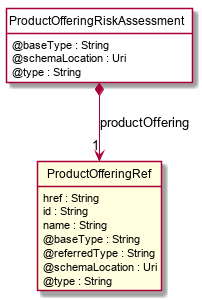
Before: apis/TMF696_Risk_Management/documentation/diagrams/Resource_ProductOfferingRiskAssessment.png, a diagram exported from PlantUML (tmforum-apis/Open_Api_And_Data_Model). The source it was exported from:
```plantuml
@startuml
hide circle
hide methods
hide stereotype
show <<Enumeration>> stereotype
skinparam class {
   BackgroundColor<<Enumeration>> #E6F5F7
   BackgroundColor<<Ref>> #FFFFE0
   BackgroundColor<<Pivot>> #FFFFFFF
   BackgroundColor #FCF2E3
}

class ProductOfferingRiskAssessment  <<Pivot>> {
    @baseType : String
    @schemaLocation : Uri
    @type : String
}

class ProductOfferingRef  <<Ref>> {
    href : String
    id : String
    name : String
    @baseType : String
    @referredType : String
    @schemaLocation : Uri
    @type : String
}

ProductOfferingRiskAssessment *-->  "1" ProductOfferingRef : productOffering

@enduml
```
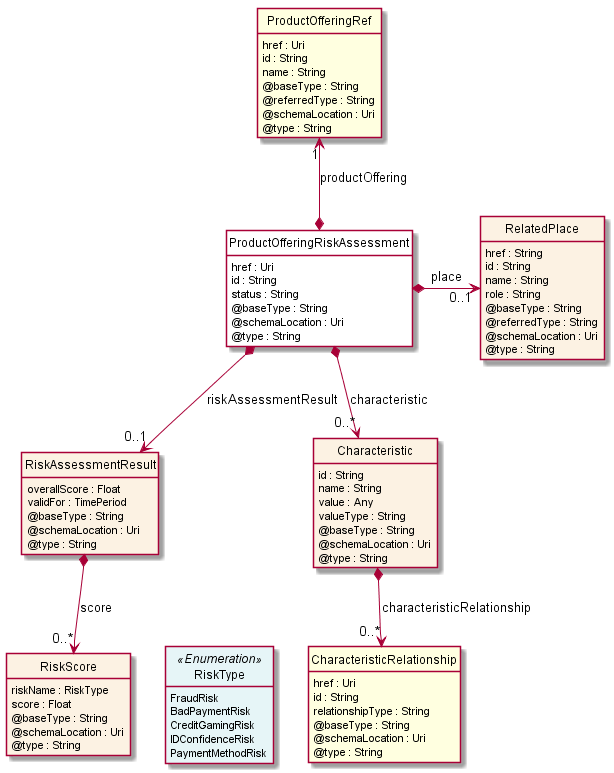
After the change.

The edit, as a diff of the source:
```diff
@@ -11,13 +11,40 @@
 }
 
 class ProductOfferingRiskAssessment  <<Pivot>> {
+    href : Uri
+    id : String
+    status : String
     @baseType : String
     @schemaLocation : Uri
     @type : String
 }
 
+class RiskAssessmentResult  {
+    overallScore : Float
+    validFor : TimePeriod
+    @baseType : String
+    @schemaLocation : Uri
+    @type : String
+}
+
+class RiskScore  {
+    riskName : RiskType
+    score : Float
+    @baseType : String
+    @schemaLocation : Uri
+    @type : String
+}
+
+class RiskType <<Enumeration>> {
+    FraudRisk
+    BadPaymentRisk
+    CreditGamingRisk
+    IDConfidenceRisk
+    PaymentMethodRisk
+}
+
 class ProductOfferingRef  <<Ref>> {
-    href : String
+    href : Uri
     id : String
     name : String
     @baseType : String
@@ -26,6 +53,48 @@
     @type : String
 }
 
-ProductOfferingRiskAssessment *-->  "1" ProductOfferingRef : productOffering
+class RelatedPlace  {
+    href : String
+    id : String
+    name : String
+    role : String
+    @baseType : String
+    @referredType : String
+    @schemaLocation : Uri
+    @type : String
+}
+
+class Characteristic  {
+    id : String
+    name : String
+    value : Any
+    valueType : String
+    @baseType : String
+    @schemaLocation : Uri
+    @type : String
+}
+
+class CharacteristicRelationship  <<Ref>> {
+    href : Uri
+    id : String
+    relationshipType : String
+    @baseType : String
+    @schemaLocation : Uri
+    @type : String
+}
+
+ProductOfferingRiskAssessment *-right-> "0..1" RelatedPlace : place
+
+ProductOfferingRef "1" <--* ProductOfferingRiskAssessment : productOffering
+
+ProductOfferingRiskAssessment *-->  "0..*" Characteristic : characteristic
+
+ProductOfferingRiskAssessment *-->  "0..1" RiskAssessmentResult : riskAssessmentResult
+
+RiskAssessmentResult *-->  "0..*" RiskScore : score
+
+Characteristic *-->  "0..*" CharacteristicRelationship : characteristicRelationship
+
+RiskScore -right[hidden]-> RiskType
 
 @enduml
```
